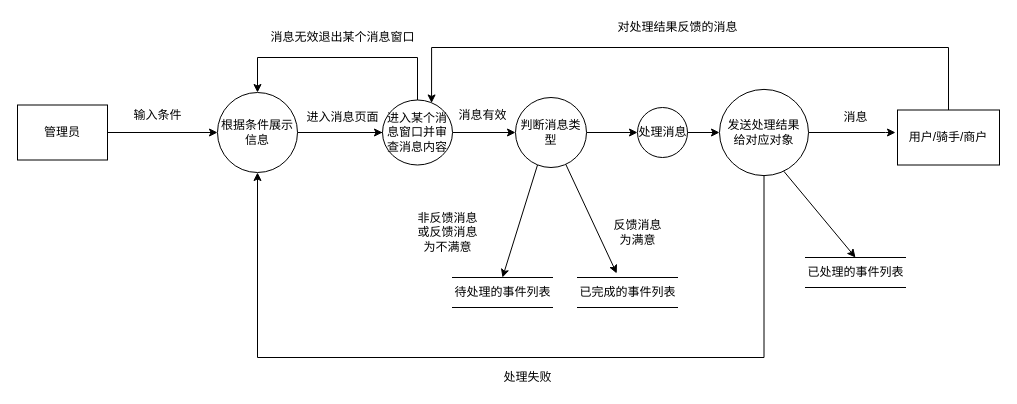
Earlier version of the draw.io diagram page "管理员目标系统模型" (5 of 13) of Untitled Diagram.drawio (czely/czely.github.io). Source tidied: cells renumbered, new cells numbered last; positions are measured from the earlier drawing's top-left corner, leaving out a move shared by most shapes. Both pictures are drawn from the tidied source at 100%, with x=0, y=0 at pixel (17, 17).
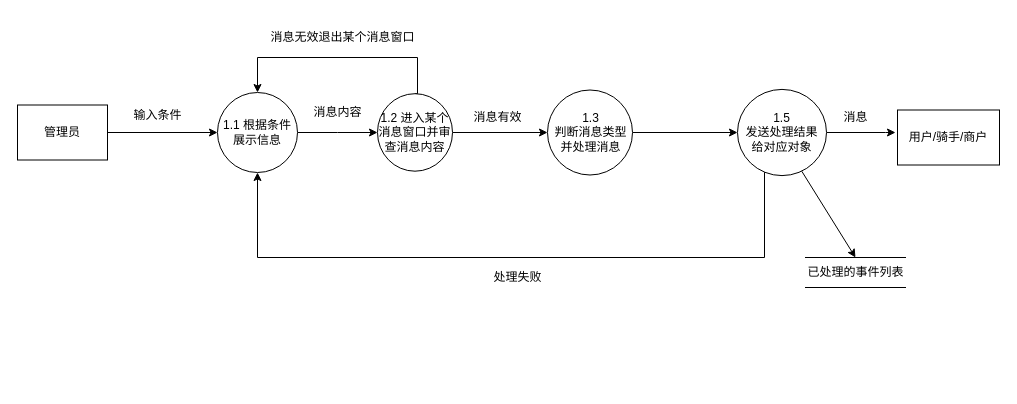
After the change.

The change refers to these unchanged cells:
```xml
<mxCell id="3" value="管理员" style="rounded=0;whiteSpace=wrap;html=1;" parent="1" vertex="1">
  <mxGeometry y="87.5" width="90" height="55" as="geometry" />
</mxCell>
<mxCell id="13" value="用户/骑手/商户" style="whiteSpace=wrap;html=1;" parent="1" vertex="1">
  <mxGeometry x="880" y="92.5" width="102" height="55" as="geometry" />
</mxCell>
<mxCell id="19" value="已处理的事件列表" style="html=1;dashed=0;whitespace=wrap;shape=partialRectangle;right=0;left=0;" parent="1" vertex="1">
  <mxGeometry x="788" y="240" width="100" height="30" as="geometry" />
</mxCell>
```

Diff of the diagram source:
```diff
@@
-    <mxCell id="2" style="edgeStyle=orthogonalEdgeStyle;rounded=0;jettySize=auto;html=1;exitX=1;exitY=0.5;exitDx=0;exitDy=0;entryX=0;entryY=0.5;entryDx=0;entryDy=0;" parent="1" edge="1" target="6">
-      <mxGeometry relative="1" as="geometry">
-        <mxPoint x="410" y="115" as="sourcePoint" />
-        <Array as="points">
-          <mxPoint x="280" y="115" />
-          <mxPoint x="280" y="115" />
-        </Array>
-      </mxGeometry>
-    </mxCell>
@@
-    <mxCell id="4" style="edgeStyle=orthogonalEdgeStyle;rounded=0;jettySize=auto;html=1;exitX=0.5;exitY=0;exitDx=0;exitDy=0;entryX=0.5;entryY=0;entryDx=0;entryDy=0;" parent="1" edge="1" source="6" target="15">
-      <mxGeometry relative="1" as="geometry">
-        <Array as="points">
-          <mxPoint x="400" y="40" />
-          <mxPoint x="240" y="40" />
-        </Array>
-      </mxGeometry>
-    </mxCell>
-    <mxCell id="5" style="edgeStyle=orthogonalEdgeStyle;rounded=0;jettySize=auto;html=1;" parent="1" edge="1" source="6" target="8">
-      <mxGeometry relative="1" as="geometry" />
-    </mxCell>
-    <mxCell id="6" value="进入某个消息窗口并审查消息内容" style="ellipse;whiteSpace=wrap;html=1;" parent="1" vertex="1">
-      <mxGeometry x="365" y="82.5" width="70" height="65" as="geometry" />
-    </mxCell>
-    <mxCell id="7" style="edgeStyle=orthogonalEdgeStyle;rounded=0;jettySize=auto;html=1;" parent="1" edge="1" source="8" target="29">
-      <mxGeometry relative="1" as="geometry" />
-    </mxCell>
-    <mxCell id="8" value="判断消息类型" style="ellipse;whiteSpace=wrap;html=1;" parent="1" vertex="1">
-      <mxGeometry x="498" y="80" width="71" height="70" as="geometry" />
-    </mxCell>
-    <mxCell id="9" style="edgeStyle=orthogonalEdgeStyle;rounded=0;jettySize=auto;html=1;exitX=1;exitY=0.5;exitDx=0;exitDy=0;" parent="1" edge="1" source="11">
-      <mxGeometry relative="1" as="geometry">
-        <mxPoint x="878" y="115" as="targetPoint" />
-        <Array as="points">
-          <mxPoint x="868" y="115" />
-        </Array>
-      </mxGeometry>
-    </mxCell>
-    <mxCell id="10" style="edgeStyle=orthogonalEdgeStyle;rounded=0;jettySize=auto;html=1;" parent="1" edge="1" source="11" target="15">
-      <mxGeometry relative="1" as="geometry">
-        <Array as="points">
-          <mxPoint x="747" y="340" />
-          <mxPoint x="240" y="340" />
-        </Array>
-      </mxGeometry>
-    </mxCell>
-    <mxCell id="11" value="发送处理结果&lt;br&gt;给对应对象" style="ellipse;whiteSpace=wrap;html=1;" parent="1" vertex="1">
-      <mxGeometry x="702" y="71.9" width="89" height="86.2" as="geometry" />
-    </mxCell>
-    <mxCell id="12" style="edgeStyle=orthogonalEdgeStyle;rounded=0;jettySize=auto;html=1;entryX=0.701;entryY=0.046;entryDx=0;entryDy=0;entryPerimeter=0;" parent="1" edge="1" source="13" target="6">
-      <mxGeometry relative="1" as="geometry">
-        <Array as="points">
-          <mxPoint x="931" y="30" />
-          <mxPoint x="414" y="30" />
-        </Array>
-      </mxGeometry>
-    </mxCell>
+    <mxCell id="34" style="edgeStyle=orthogonalEdgeStyle;rounded=0;jettySize=auto;html=1;exitX=0.5;exitY=0;exitDx=0;exitDy=0;entryX=0.5;entryY=0;entryDx=0;entryDy=0;" parent="1" edge="1" source="36" target="41">
+      <mxGeometry relative="1" as="geometry">
+        <Array as="points">
+          <mxPoint x="400" y="40" />
+          <mxPoint x="240" y="40" />
+        </Array>
+      </mxGeometry>
+    </mxCell>
+    <mxCell id="35" style="edgeStyle=orthogonalEdgeStyle;rounded=0;jettySize=auto;html=1;entryX=0;entryY=0.5;entryDx=0;entryDy=0;" parent="1" edge="1" source="36" target="45">
+      <mxGeometry relative="1" as="geometry" />
+    </mxCell>
+    <mxCell id="36" value="1.2 进入某个消息窗口并审查消息内容" style="ellipse;whiteSpace=wrap;html=1;" parent="1" vertex="1">
+      <mxGeometry x="360" y="76.2" width="75" height="77.5" as="geometry" />
+    </mxCell>
+    <mxCell id="37" style="edgeStyle=orthogonalEdgeStyle;rounded=0;jettySize=auto;html=1;exitX=1;exitY=0.5;exitDx=0;exitDy=0;" parent="1" edge="1" source="39">
+      <mxGeometry relative="1" as="geometry">
+        <mxPoint x="878" y="115" as="targetPoint" />
+        <Array as="points">
+          <mxPoint x="868" y="115" />
+        </Array>
+      </mxGeometry>
+    </mxCell>
+    <mxCell id="38" style="edgeStyle=orthogonalEdgeStyle;rounded=0;jettySize=auto;html=1;" parent="1" edge="1" source="39" target="41">
+      <mxGeometry relative="1" as="geometry">
+        <Array as="points">
+          <mxPoint x="747" y="240" />
+          <mxPoint x="240" y="240" />
+        </Array>
+      </mxGeometry>
+    </mxCell>
+    <mxCell id="39" value="1.5&lt;br&gt;发送处理结果&lt;br&gt;给对应对象" style="ellipse;whiteSpace=wrap;html=1;" parent="1" vertex="1">
+      <mxGeometry x="720" y="71.9" width="89" height="86.2" as="geometry" />
+    </mxCell>
@@
-    <mxCell id="15" value="根据条件展示信息" style="ellipse;whiteSpace=wrap;html=1;" parent="1" vertex="1">
-      <mxGeometry x="200" y="75" width="80" height="80" as="geometry" />
-    </mxCell>
-    <mxCell id="16" style="endArrow=classic;html=1;exitX=1;exitY=0.5;exitDx=0;exitDy=0;entryX=0;entryY=0.5;entryDx=0;entryDy=0;" parent="1" edge="1" source="3" target="15">
-      <mxGeometry relative="1" as="geometry" />
-    </mxCell>
+    <mxCell id="40" style="edgeStyle=orthogonalEdgeStyle;rounded=0;jettySize=auto;html=1;" parent="1" edge="1" source="41" target="36">
+      <mxGeometry relative="1" as="geometry" />
+    </mxCell>
+    <mxCell id="41" value="1.1 根据条件展示信息" style="ellipse;whiteSpace=wrap;html=1;" parent="1" vertex="1">
+      <mxGeometry x="200" y="75" width="80" height="80" as="geometry" />
+    </mxCell>
+    <mxCell id="42" style="endArrow=classic;html=1;exitX=1;exitY=0.5;exitDx=0;exitDy=0;entryX=0;entryY=0.5;entryDx=0;entryDy=0;" parent="1" edge="1" source="3" target="41">
+      <mxGeometry relative="1" as="geometry" />
+    </mxCell>
@@
-    <mxCell id="18" value="进入消息页面" style="text;html=1;align=center;verticalAlign=middle;" parent="1" vertex="1">
-      <mxGeometry x="280" y="90" width="90" height="20" as="geometry" />
-    </mxCell>
@@
-    <mxCell id="20" value="对处理结果反馈的消息" style="text;html=1;align=center;verticalAlign=middle;" parent="1" vertex="1">
-      <mxGeometry x="590" width="140" height="20" as="geometry" />
-    </mxCell>
-    <mxCell id="21" value="待处理的事件列表" style="html=1;dashed=0;whitespace=wrap;shape=partialRectangle;right=0;left=0;" parent="1" vertex="1">
-      <mxGeometry x="435" y="260" width="100" height="30" as="geometry" />
-    </mxCell>
@@
-    <mxCell id="23" value="已完成的事件列表" style="html=1;dashed=0;whitespace=wrap;shape=partialRectangle;right=0;left=0;" parent="1" vertex="1">
-      <mxGeometry x="560" y="260" width="100" height="30" as="geometry" />
-    </mxCell>
-    <mxCell id="24" value="非反馈消息&lt;br&gt;或反馈消息&lt;br&gt;为不满意" style="text;html=1;align=center;verticalAlign=middle;" parent="1" vertex="1">
-      <mxGeometry x="390" y="190" width="80" height="50" as="geometry" />
-    </mxCell>
-    <mxCell id="25" value="反馈消息&lt;br&gt;为满意" style="text;html=1;align=center;verticalAlign=middle;" parent="1" vertex="1">
-      <mxGeometry x="590" y="200" width="60" height="30" as="geometry" />
-    </mxCell>
-    <mxCell id="26" style="endArrow=classic;html=1;exitX=0.722;exitY=0.949;exitDx=0;exitDy=0;exitPerimeter=0;entryX=0.5;entryY=0;entryDx=0;entryDy=0;" parent="1" edge="1" source="11" target="19">
-      <mxGeometry relative="1" as="geometry" />
-    </mxCell>
+    <mxCell id="43" style="endArrow=classic;html=1;exitX=0.722;exitY=0.949;exitDx=0;exitDy=0;exitPerimeter=0;entryX=0.5;entryY=0;entryDx=0;entryDy=0;" parent="1" edge="1" source="39" target="19">
+      <mxGeometry relative="1" as="geometry" />
+    </mxCell>
     <mxCell id="27" value="处理失败" style="text;html=1;align=center;verticalAlign=middle;" parent="1" vertex="1">
-      <mxGeometry x="480" y="350" width="60" height="20" as="geometry" />
+      <mxGeometry x="470" y="250" width="60" height="20" as="geometry" />
     </mxCell>
-    <mxCell id="28" style="edgeStyle=orthogonalEdgeStyle;rounded=0;jettySize=auto;html=1;" parent="1" edge="1" source="29" target="11">
-      <mxGeometry relative="1" as="geometry" />
-    </mxCell>
-    <mxCell id="29" value="处理消息" style="shape=ellipse;html=1;dashed=0;whitespace=wrap;perimeter=ellipsePerimeter;" parent="1" vertex="1">
-      <mxGeometry x="620" y="90" width="50" height="50" as="geometry" />
-    </mxCell>
-    <mxCell id="30" style="edgeStyle=orthogonalEdgeStyle;rounded=0;orthogonalLoop=1;jettySize=auto;html=1;exitX=0.5;exitY=1;exitDx=0;exitDy=0;" parent="1" edge="1" source="23" target="23">
-      <mxGeometry relative="1" as="geometry" />
-    </mxCell>
+    <mxCell id="44" style="edgeStyle=orthogonalEdgeStyle;rounded=0;jettySize=auto;html=1;" parent="1" edge="1" source="45" target="39">
+      <mxGeometry relative="1" as="geometry" />
+    </mxCell>
+    <mxCell id="45" value="1.3 &lt;br&gt;判断消息类型&lt;br&gt;并处理消息" style="shape=ellipse;html=1;dashed=0;whitespace=wrap;perimeter=ellipsePerimeter;" parent="1" vertex="1">
+      <mxGeometry x="530" y="72.5" width="85" height="85" as="geometry" />
+    </mxCell>
     <mxCell id="31" value="消息有效" style="text;html=1;align=center;verticalAlign=middle;" parent="1" vertex="1">
-      <mxGeometry x="435" y="87.5" width="60" height="20" as="geometry" />
+      <mxGeometry x="450" y="90" width="60" height="20" as="geometry" />
     </mxCell>
-    <mxCell id="32" style="endArrow=classic;html=1;entryX=0.392;entryY=-0.137;entryDx=0;entryDy=0;entryPerimeter=0;" parent="1" edge="1" source="8" target="23">
-      <mxGeometry relative="1" as="geometry" />
-    </mxCell>
-    <mxCell id="33" style="endArrow=classic;html=1;exitX=0.31;exitY=0.964;exitDx=0;exitDy=0;exitPerimeter=0;entryX=0.5;entryY=0;entryDx=0;entryDy=0;" parent="1" edge="1" source="8" target="21">
-      <mxGeometry relative="1" as="geometry" />
-    </mxCell>
+    <mxCell id="46" value="消息内容" style="text;html=1;align=center;verticalAlign=middle;" parent="1" vertex="1">
+      <mxGeometry x="290" y="85" width="60" height="20" as="geometry" />
+    </mxCell>
```
